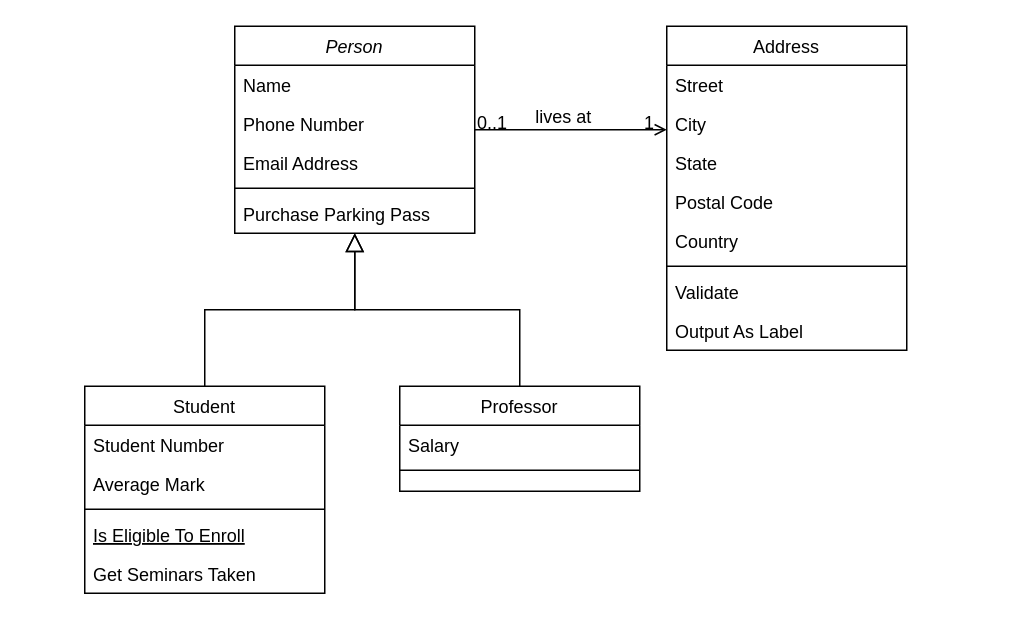
The draw.io diagram class-diagram.tabungan.drawio in Restioktapiani06/TABUNGAN, before the edit. Source tidied: cells renumbered, new cells numbered last; positions are measured from the earlier drawing's top-left corner, leaving out a move shared by most shapes. Both pictures are drawn from the tidied source at 150%, with x=0, y=0 at pixel (84, 26).
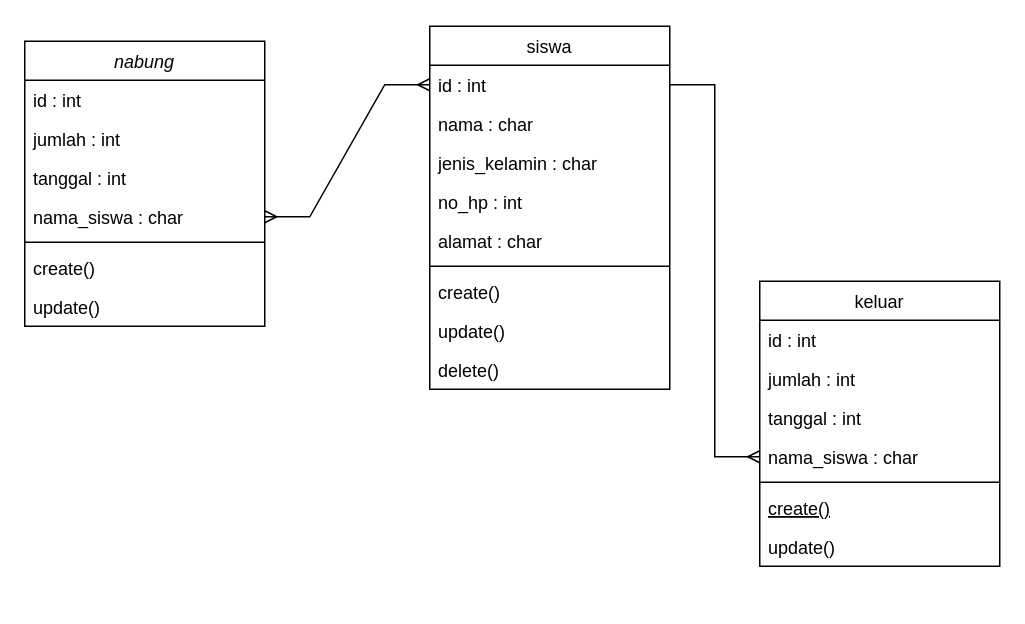
Above is the later version.

What changed in the source:
```diff
@@
-    <mxCell id="2" value="Person" style="swimlane;fontStyle=2;align=center;verticalAlign=top;horizontal=1;startSize=26;rounded=0;shadow=0;strokeWidth=1;" parent="1" vertex="1">
-      <mxGeometry x="100" width="160" height="138" as="geometry" />
+    <mxCell id="2" value="nabung" style="swimlane;fontStyle=2;align=center;verticalAlign=top;horizontal=1;startSize=26;rounded=0;shadow=0;strokeWidth=1;" parent="1" vertex="1">
+      <mxGeometry x="-40" y="10" width="160" height="190" as="geometry" />
     </mxCell>
-    <mxCell id="3" value="Name" style="text;align=left;verticalAlign=top;spacingLeft=4;spacingRight=4;overflow=hidden;" parent="2" vertex="1">
+    <mxCell id="3" value="id : int" style="text;align=left;verticalAlign=top;spacingLeft=4;spacingRight=4;overflow=hidden;" parent="2" vertex="1">
       <mxGeometry y="26" width="160" height="26" as="geometry" />
     </mxCell>
-    <mxCell id="4" value="Phone Number" style="text;align=left;verticalAlign=top;spacingLeft=4;spacingRight=4;overflow=hidden;rounded=0;shadow=0;html=0;" parent="2" vertex="1">
+    <mxCell id="4" value="jumlah : int" style="text;align=left;verticalAlign=top;spacingLeft=4;spacingRight=4;overflow=hidden;rounded=0;shadow=0;html=0;" parent="2" vertex="1">
       <mxGeometry y="52" width="160" height="26" as="geometry" />
     </mxCell>
-    <mxCell id="5" value="Email Address" style="text;align=left;verticalAlign=top;spacingLeft=4;spacingRight=4;overflow=hidden;rounded=0;shadow=0;html=0;" parent="2" vertex="1">
+    <mxCell id="5" value="tanggal : int" style="text;align=left;verticalAlign=top;spacingLeft=4;spacingRight=4;overflow=hidden;rounded=0;shadow=0;html=0;" parent="2" vertex="1">
       <mxGeometry y="78" width="160" height="26" as="geometry" />
     </mxCell>
+    <mxCell id="32" value="nama_siswa : char" style="text;align=left;verticalAlign=top;spacingLeft=4;spacingRight=4;overflow=hidden;points=[[0,0.5],[1,0.5]];portConstraint=eastwest;rounded=0;shadow=0;html=0;" parent="2" vertex="1">
+      <mxGeometry y="104" width="160" height="26" as="geometry" />
+    </mxCell>
     <mxCell id="6" style="line;html=1;strokeWidth=1;align=left;verticalAlign=middle;spacingTop=-1;spacingLeft=3;spacingRight=3;labelPosition=right;" parent="2" vertex="1">
-      <mxGeometry y="104" width="160" height="8" as="geometry" />
+      <mxGeometry y="130" width="160" height="8" as="geometry" />
     </mxCell>
-    <mxCell id="7" value="Purchase Parking Pass" style="text;align=left;verticalAlign=top;spacingLeft=4;spacingRight=4;overflow=hidden;" parent="2" vertex="1">
-      <mxGeometry y="112" width="160" height="26" as="geometry" />
+    <mxCell id="7" value="create()" style="text;align=left;verticalAlign=top;spacingLeft=4;spacingRight=4;overflow=hidden;" parent="2" vertex="1">
+      <mxGeometry y="138" width="160" height="26" as="geometry" />
     </mxCell>
+    <mxCell id="33" value="update()" style="text;align=left;verticalAlign=top;spacingLeft=4;spacingRight=4;overflow=hidden;" parent="2" vertex="1">
+      <mxGeometry y="164" width="160" height="26" as="geometry" />
+    </mxCell>
-    <mxCell id="8" value="Student" style="swimlane;fontStyle=0;align=center;verticalAlign=top;horizontal=1;startSize=26;rounded=0;shadow=0;strokeWidth=1;" parent="1" vertex="1">
-      <mxGeometry y="240" width="160" height="138" as="geometry" />
+    <mxCell id="8" value="keluar" style="swimlane;fontStyle=0;align=center;verticalAlign=top;horizontal=1;startSize=26;rounded=0;shadow=0;strokeWidth=1;" parent="1" vertex="1">
+      <mxGeometry x="450" y="170" width="160" height="190" as="geometry" />
     </mxCell>
-    <mxCell id="9" value="Student Number" style="text;align=left;verticalAlign=top;spacingLeft=4;spacingRight=4;overflow=hidden;" parent="8" vertex="1">
+    <mxCell id="9" value="id : int" style="text;align=left;verticalAlign=top;spacingLeft=4;spacingRight=4;overflow=hidden;" parent="8" vertex="1">
       <mxGeometry y="26" width="160" height="26" as="geometry" />
     </mxCell>
-    <mxCell id="10" value="Average Mark" style="text;align=left;verticalAlign=top;spacingLeft=4;spacingRight=4;overflow=hidden;rounded=0;shadow=0;html=0;" parent="8" vertex="1">
+    <mxCell id="10" value="jumlah : int" style="text;align=left;verticalAlign=top;spacingLeft=4;spacingRight=4;overflow=hidden;rounded=0;shadow=0;html=0;" parent="8" vertex="1">
       <mxGeometry y="52" width="160" height="26" as="geometry" />
     </mxCell>
+    <mxCell id="34" value="tanggal : int" style="text;align=left;verticalAlign=top;spacingLeft=4;spacingRight=4;overflow=hidden;rounded=0;shadow=0;html=0;" parent="8" vertex="1">
+      <mxGeometry y="78" width="160" height="26" as="geometry" />
+    </mxCell>
+    <mxCell id="35" value="nama_siswa : char" style="text;align=left;verticalAlign=top;spacingLeft=4;spacingRight=4;overflow=hidden;points=[[0,0.5],[1,0.5]];portConstraint=eastwest;rounded=0;shadow=0;html=0;" parent="8" vertex="1">
+      <mxGeometry y="104" width="160" height="26" as="geometry" />
+    </mxCell>
     <mxCell id="11" style="line;html=1;strokeWidth=1;align=left;verticalAlign=middle;spacingTop=-1;spacingLeft=3;spacingRight=3;labelPosition=right;" parent="8" vertex="1">
-      <mxGeometry y="78" width="160" height="8" as="geometry" />
+      <mxGeometry y="130" width="160" height="8" as="geometry" />
     </mxCell>
-    <mxCell id="12" value="Is Eligible To Enroll" style="text;align=left;verticalAlign=top;spacingLeft=4;spacingRight=4;overflow=hidden;fontStyle=4;" parent="8" vertex="1">
-      <mxGeometry y="86" width="160" height="26" as="geometry" />
+    <mxCell id="12" value="create()" style="text;align=left;verticalAlign=top;spacingLeft=4;spacingRight=4;overflow=hidden;fontStyle=4;" parent="8" vertex="1">
+      <mxGeometry y="138" width="160" height="26" as="geometry" />
     </mxCell>
-    <mxCell id="13" value="Get Seminars Taken" style="text;align=left;verticalAlign=top;spacingLeft=4;spacingRight=4;overflow=hidden;" parent="8" vertex="1">
-      <mxGeometry y="112" width="160" height="26" as="geometry" />
+    <mxCell id="13" value="update()" style="text;align=left;verticalAlign=top;spacingLeft=4;spacingRight=4;overflow=hidden;" parent="8" vertex="1">
+      <mxGeometry y="164" width="160" height="26" as="geometry" />
     </mxCell>
-    <mxCell id="14" style="endArrow=block;endSize=10;endFill=0;shadow=0;strokeWidth=1;rounded=0;curved=0;edgeStyle=elbowEdgeStyle;elbow=vertical;" parent="1" edge="1" source="8" target="2">
-      <mxGeometry relative="1" as="geometry" />
-    </mxCell>
-    <mxCell id="15" value="Professor" style="swimlane;fontStyle=0;align=center;verticalAlign=top;horizontal=1;startSize=26;rounded=0;shadow=0;strokeWidth=1;" parent="1" vertex="1">
-      <mxGeometry x="210" y="240" width="160" height="70" as="geometry" />
-    </mxCell>
-    <mxCell id="16" value="Salary" style="text;align=left;verticalAlign=top;spacingLeft=4;spacingRight=4;overflow=hidden;" parent="15" vertex="1">
-      <mxGeometry y="26" width="160" height="26" as="geometry" />
-    </mxCell>
-    <mxCell id="17" style="line;html=1;strokeWidth=1;align=left;verticalAlign=middle;spacingTop=-1;spacingLeft=3;spacingRight=3;labelPosition=right;" parent="15" vertex="1">
-      <mxGeometry y="52" width="160" height="8" as="geometry" />
-    </mxCell>
-    <mxCell id="18" style="endArrow=block;endSize=10;endFill=0;shadow=0;strokeWidth=1;rounded=0;curved=0;edgeStyle=elbowEdgeStyle;elbow=vertical;" parent="1" edge="1" source="15" target="2">
-      <mxGeometry relative="1" as="geometry" />
-    </mxCell>
-    <mxCell id="19" value="Address" style="swimlane;fontStyle=0;align=center;verticalAlign=top;horizontal=1;startSize=26;rounded=0;shadow=0;strokeWidth=1;" parent="1" vertex="1">
-      <mxGeometry x="388" width="160" height="216" as="geometry" />
+    <mxCell id="19" value="siswa" style="swimlane;fontStyle=0;align=center;verticalAlign=top;horizontal=1;startSize=26;rounded=0;shadow=0;strokeWidth=1;" parent="1" vertex="1">
+      <mxGeometry x="230" width="160" height="242" as="geometry" />
     </mxCell>
-    <mxCell id="20" value="Street" style="text;align=left;verticalAlign=top;spacingLeft=4;spacingRight=4;overflow=hidden;points=[[0,0.5],[1,0.5]];portConstraint=eastwest;" parent="19" vertex="1">
+    <mxCell id="20" value="id : int" style="text;align=left;verticalAlign=top;spacingLeft=4;spacingRight=4;overflow=hidden;points=[[0,0.5],[1,0.5]];portConstraint=eastwest;" parent="19" vertex="1">
       <mxGeometry y="26" width="160" height="26" as="geometry" />
     </mxCell>
-    <mxCell id="21" value="City" style="text;align=left;verticalAlign=top;spacingLeft=4;spacingRight=4;overflow=hidden;rounded=0;shadow=0;html=0;" parent="19" vertex="1">
+    <mxCell id="21" value="nama : char" style="text;align=left;verticalAlign=top;spacingLeft=4;spacingRight=4;overflow=hidden;rounded=0;shadow=0;html=0;" parent="19" vertex="1">
       <mxGeometry y="52" width="160" height="26" as="geometry" />
     </mxCell>
-    <mxCell id="22" value="State" style="text;align=left;verticalAlign=top;spacingLeft=4;spacingRight=4;overflow=hidden;rounded=0;shadow=0;html=0;" parent="19" vertex="1">
+    <mxCell id="22" value="jenis_kelamin : char" style="text;align=left;verticalAlign=top;spacingLeft=4;spacingRight=4;overflow=hidden;rounded=0;shadow=0;html=0;" parent="19" vertex="1">
       <mxGeometry y="78" width="160" height="26" as="geometry" />
     </mxCell>
-    <mxCell id="23" value="Postal Code" style="text;align=left;verticalAlign=top;spacingLeft=4;spacingRight=4;overflow=hidden;rounded=0;shadow=0;html=0;" parent="19" vertex="1">
+    <mxCell id="23" value="no_hp : int" style="text;align=left;verticalAlign=top;spacingLeft=4;spacingRight=4;overflow=hidden;rounded=0;shadow=0;html=0;" parent="19" vertex="1">
       <mxGeometry y="104" width="160" height="26" as="geometry" />
     </mxCell>
-    <mxCell id="24" value="Country" style="text;align=left;verticalAlign=top;spacingLeft=4;spacingRight=4;overflow=hidden;rounded=0;shadow=0;html=0;" parent="19" vertex="1">
+    <mxCell id="24" value="alamat : char" style="text;align=left;verticalAlign=top;spacingLeft=4;spacingRight=4;overflow=hidden;rounded=0;shadow=0;html=0;" parent="19" vertex="1">
       <mxGeometry y="130" width="160" height="26" as="geometry" />
     </mxCell>
@@
-    <mxCell id="26" value="Validate" style="text;align=left;verticalAlign=top;spacingLeft=4;spacingRight=4;overflow=hidden;" parent="19" vertex="1">
+    <mxCell id="26" value="create()" style="text;align=left;verticalAlign=top;spacingLeft=4;spacingRight=4;overflow=hidden;" parent="19" vertex="1">
       <mxGeometry y="164" width="160" height="26" as="geometry" />
     </mxCell>
-    <mxCell id="27" value="Output As Label" style="text;align=left;verticalAlign=top;spacingLeft=4;spacingRight=4;overflow=hidden;" parent="19" vertex="1">
+    <mxCell id="27" value="update()" style="text;align=left;verticalAlign=top;spacingLeft=4;spacingRight=4;overflow=hidden;" parent="19" vertex="1">
       <mxGeometry y="190" width="160" height="26" as="geometry" />
     </mxCell>
-    <mxCell id="28" style="endArrow=open;shadow=0;strokeWidth=1;rounded=0;curved=0;endFill=1;edgeStyle=elbowEdgeStyle;elbow=vertical;" parent="1" edge="1" source="2" target="19">
-      <mxGeometry x="0.5" y="41" relative="1" as="geometry">
-        <mxPoint x="-40" y="32" as="offset" />
-      </mxGeometry>
-    </mxCell>
-    <mxCell id="29" value="0..1" style="align=left;verticalAlign=bottom;labelBackgroundColor=none;fontSize=12;" parent="28" vertex="1">
-      <mxGeometry x="-1" relative="1" as="geometry">
-        <mxPoint y="4" as="offset" />
-      </mxGeometry>
-    </mxCell>
-    <mxCell id="30" value="1" style="align=right;verticalAlign=bottom;labelBackgroundColor=none;fontSize=12;" parent="28" vertex="1">
-      <mxGeometry x="1" relative="1" as="geometry">
-        <mxPoint x="-7" y="4" as="offset" />
-      </mxGeometry>
-    </mxCell>
-    <mxCell id="31" value="lives at" style="text;html=1;align=center;verticalAlign=middle;labelBackgroundColor=none;rounded=0;shadow=0;strokeWidth=1;fontSize=12;" parent="28" vertex="1">
-      <mxGeometry x="0.5" y="49" relative="1" as="geometry">
-        <mxPoint x="-38" y="40" as="offset" />
-      </mxGeometry>
-    </mxCell>
+    <mxCell id="36" value="delete()" style="text;align=left;verticalAlign=top;spacingLeft=4;spacingRight=4;overflow=hidden;" parent="19" vertex="1">
+      <mxGeometry y="216" width="160" height="26" as="geometry" />
+    </mxCell>
+    <mxCell id="37" style="edgeStyle=entityRelationEdgeStyle;fontSize=12;html=1;endArrow=ERmany;startArrow=ERmany;rounded=0;" parent="1" edge="1" source="32" target="20">
+      <mxGeometry relative="1" as="geometry" />
+    </mxCell>
+    <mxCell id="38" style="edgeStyle=entityRelationEdgeStyle;fontSize=12;html=1;endArrow=ERmany;rounded=0;" parent="1" edge="1" source="20" target="35">
+      <mxGeometry relative="1" as="geometry" />
+    </mxCell>
```
